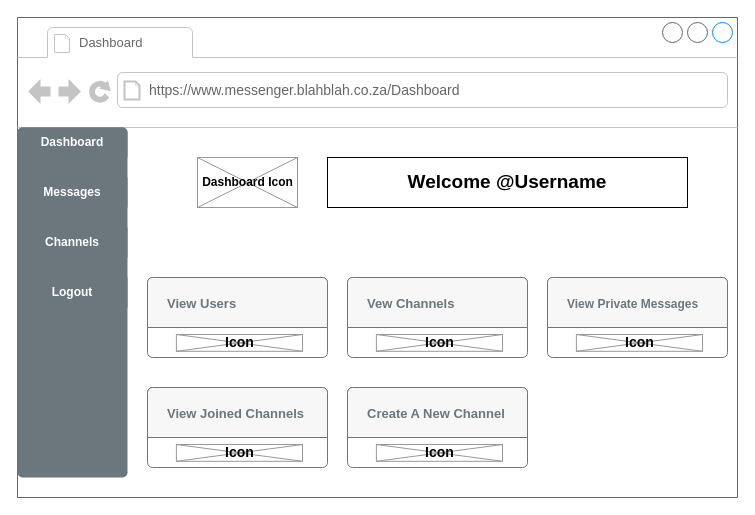
Before: 115365 - System Inputs and Outputs/Exercises/Exercise 2 - Wireframes/2-DashboardWireframe.drawio in Sahil-Chillisoft/LearnershipSecondBlock, a draw.io diagram. Source tidied: cells renumbered, new cells numbered last; positions are measured from the earlier drawing's top-left corner, leaving out a move shared by most shapes. Both pictures are drawn from the tidied source at 100%, with x=0, y=0 at pixel (17, 17).
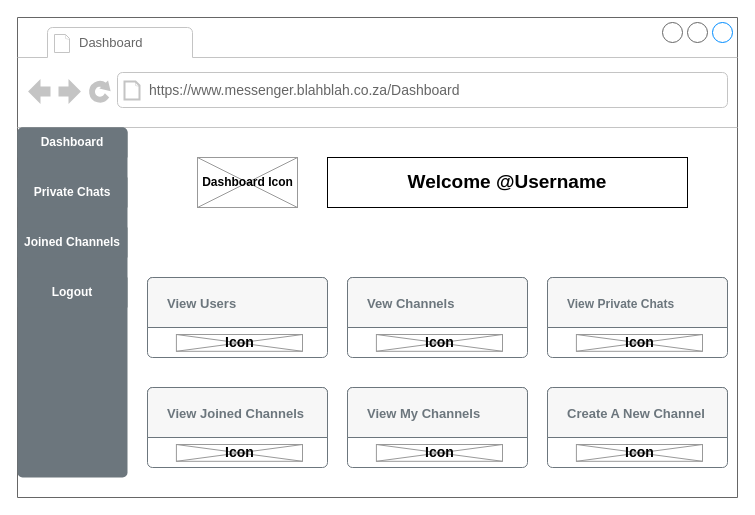
The same page after the edit.

Commit message (it also covers changes not shown here):
115365 - Exercise 2 Wireframe content update based on feedback.

The change refers to these unchanged cells:
```xml
<mxCell id="2" style="strokeWidth=1;shadow=0;dashed=0;align=center;html=1;shape=mxgraph.mockup.containers.browserWindow;rSize=0;strokeColor=#666666;strokeColor2=#008cff;strokeColor3=#c4c4c4;mainText=,;" parent="1" vertex="1">
  <mxGeometry width="720" height="480" as="geometry" />
</mxCell>
<mxCell id="7" style="html=1;shadow=0;dashed=0;shape=mxgraph.bootstrap.rrect;rSize=5;strokeColor=none;html=1;whiteSpace=wrap;fillColor=#6C767D;fontColor=#ffffff;" parent="2" vertex="1">
  <mxGeometry y="110" width="110" height="350" as="geometry" />
</mxCell>
<mxCell id="15" style="html=1;shadow=0;dashed=0;shape=mxgraph.bootstrap.rrect;rSize=5;strokeColor=#6C767D;html=1;whiteSpace=wrap;fillColor=#ffffff;fontColor=#212529;verticalAlign=bottom;align=left;spacing=20;spacingBottom=0;fontSize=14;" parent="2" vertex="1">
  <mxGeometry x="530" y="260" width="180" height="80" as="geometry" />
</mxCell>
<mxCell id="24" style="html=1;shadow=0;dashed=0;shape=mxgraph.bootstrap.rrect;rSize=5;strokeColor=#6C767D;html=1;whiteSpace=wrap;fillColor=#ffffff;fontColor=#212529;verticalAlign=bottom;align=left;spacing=20;spacingBottom=0;fontSize=14;" parent="2" vertex="1">
  <mxGeometry x="330" y="370" width="180" height="80" as="geometry" />
</mxCell>
```

Diff of the diagram source:
```diff
@@
-    <mxCell id="9" value="&lt;font color=&quot;#ffffff&quot;&gt;&lt;b&gt;Messages&lt;/b&gt;&lt;/font&gt;" style="strokeColor=inherit;fillColor=inherit;gradientColor=inherit;fontColor=inherit;html=1;shadow=0;dashed=0;perimeter=none;whiteSpace=wrap;" parent="7" vertex="1">
+    <mxCell id="9" value="&lt;font color=&quot;#ffffff&quot;&gt;&lt;b&gt;Private Chats&lt;/b&gt;&lt;/font&gt;" style="strokeColor=inherit;fillColor=inherit;gradientColor=inherit;fontColor=inherit;html=1;shadow=0;dashed=0;perimeter=none;whiteSpace=wrap;" parent="7" vertex="1">
       <mxGeometry width="110" height="30" relative="1" as="geometry">
         <mxPoint y="50" as="offset" />
       </mxGeometry>
     </mxCell>
-    <mxCell id="10" value="&lt;font color=&quot;#ffffff&quot;&gt;&lt;b&gt;Channels&lt;/b&gt;&lt;/font&gt;" style="strokeColor=inherit;fillColor=inherit;gradientColor=inherit;fontColor=inherit;html=1;shadow=0;dashed=0;perimeter=none;whiteSpace=wrap;" parent="7" vertex="1">
+    <mxCell id="10" value="&lt;font color=&quot;#ffffff&quot;&gt;&lt;b&gt;Joined Channels&lt;/b&gt;&lt;/font&gt;" style="strokeColor=inherit;fillColor=inherit;gradientColor=inherit;fontColor=inherit;html=1;shadow=0;dashed=0;perimeter=none;whiteSpace=wrap;" parent="7" vertex="1">
       <mxGeometry width="110" height="30" relative="1" as="geometry">
         <mxPoint y="100" as="offset" />
       </mxGeometry>
     </mxCell>
@@
-    <mxCell id="16" value="&lt;b&gt;&lt;font style=&quot;font-size: 12px&quot;&gt;View Private Messages&lt;/font&gt;&lt;/b&gt;" style="html=1;shadow=0;dashed=0;shape=mxgraph.bootstrap.topButton;rSize=5;perimeter=none;whiteSpace=wrap;fillColor=#F7F7F7;strokeColor=#6C767D;fontColor=#6C767D;fontSize=18;align=left;spacing=20;" parent="15" vertex="1">
+    <mxCell id="16" value="&lt;b&gt;&lt;font style=&quot;font-size: 12px&quot;&gt;View Private Chats&lt;/font&gt;&lt;/b&gt;" style="html=1;shadow=0;dashed=0;shape=mxgraph.bootstrap.topButton;rSize=5;perimeter=none;whiteSpace=wrap;fillColor=#F7F7F7;strokeColor=#6C767D;fontColor=#6C767D;fontSize=18;align=left;spacing=20;" parent="15" vertex="1">
       <mxGeometry width="180" height="50" relative="1" as="geometry" />
     </mxCell>
@@
-    <mxCell id="25" value="&lt;b&gt;&lt;font style=&quot;font-size: 13px&quot;&gt;Create A New Channel&lt;/font&gt;&lt;/b&gt;" style="html=1;shadow=0;dashed=0;shape=mxgraph.bootstrap.topButton;rSize=5;perimeter=none;whiteSpace=wrap;fillColor=#F7F7F7;strokeColor=#6C767D;fontColor=#6C767D;fontSize=18;align=left;spacing=20;" parent="24" vertex="1">
+    <mxCell id="25" value="&lt;b&gt;&lt;font style=&quot;font-size: 13px&quot;&gt;View My Channels&lt;/font&gt;&lt;/b&gt;" style="html=1;shadow=0;dashed=0;shape=mxgraph.bootstrap.topButton;rSize=5;perimeter=none;whiteSpace=wrap;fillColor=#F7F7F7;strokeColor=#6C767D;fontColor=#6C767D;fontSize=18;align=left;spacing=20;" parent="24" vertex="1">
       <mxGeometry width="180" height="50" relative="1" as="geometry" />
     </mxCell>
@@
+    <mxCell id="27" style="html=1;shadow=0;dashed=0;shape=mxgraph.bootstrap.rrect;rSize=5;strokeColor=#6C767D;html=1;whiteSpace=wrap;fillColor=#ffffff;fontColor=#212529;verticalAlign=bottom;align=left;spacing=20;spacingBottom=0;fontSize=14;" parent="2" vertex="1">
+      <mxGeometry x="530" y="370" width="180" height="80" as="geometry" />
+    </mxCell>
+    <mxCell id="28" value="&lt;b&gt;&lt;font style=&quot;font-size: 13px&quot;&gt;Create A New Channel&lt;/font&gt;&lt;/b&gt;" style="html=1;shadow=0;dashed=0;shape=mxgraph.bootstrap.topButton;rSize=5;perimeter=none;whiteSpace=wrap;fillColor=#F7F7F7;strokeColor=#6C767D;fontColor=#6C767D;fontSize=18;align=left;spacing=20;" parent="27" vertex="1">
+      <mxGeometry width="180" height="50" relative="1" as="geometry" />
+    </mxCell>
+    <mxCell id="29" value="&lt;font style=&quot;font-size: 14px&quot;&gt;Icon&lt;/font&gt;" style="verticalLabelPosition=middle;shadow=0;dashed=0;align=center;html=1;verticalAlign=middle;strokeWidth=1;shape=mxgraph.mockup.graphics.simpleIcon;strokeColor=#999999;labelPosition=center;fontStyle=1;" parent="27" vertex="1">
+      <mxGeometry x="28.9" y="57" width="126.1" height="16.8" as="geometry" />
+    </mxCell>
```
